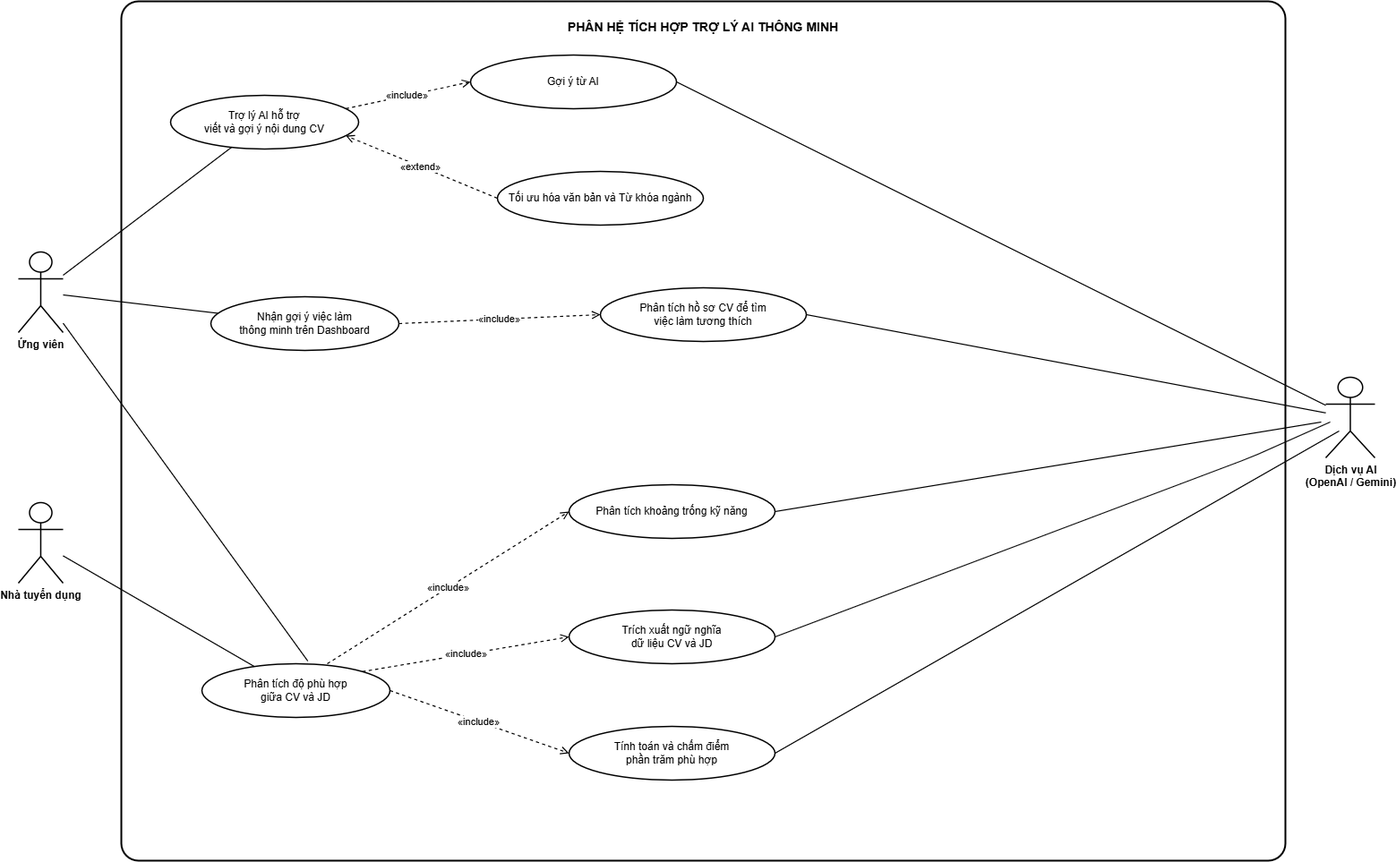
Earlier version of the draw.io export diagrams/usecase_ai_assistant.png (SE-Project-CTU/smart-recruitment-docs). Source tidied: cells renumbered, new cells last; positions are measured from the earlier drawing's top-left corner, leaving out a move shared by most shapes.
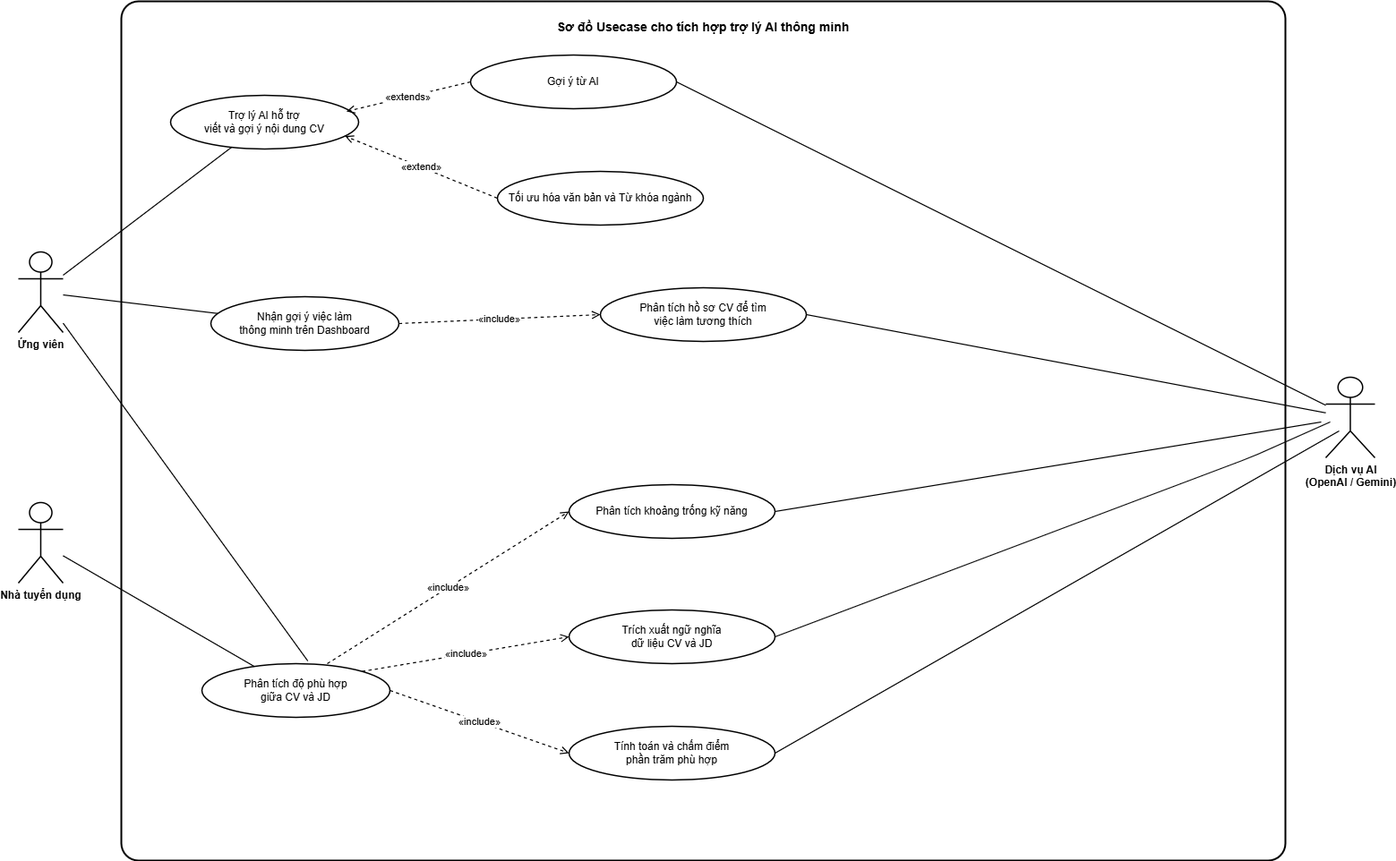
The same file after the commit.

The edit, as a diff of the source:
```diff
@@ -2,7 +2,7 @@
   <root>
     <mxCell id="0" />
     <mxCell id="1" parent="0" />
-    <mxCell id="2" value="PHÂN HỆ TÍCH HỢP TRỢ LÝ AI THÔNG MINH" style="rounded=1;arcSize=2;whiteSpace=wrap;html=1;strokeWidth=2;strokeColor=#000000;fillColor=#FFFFFF;fontColor=#000000;fontStyle=1;fontSize=14;verticalAlign=top;spacingTop=14;glass=0;" parent="1" vertex="1">
+    <mxCell id="2" value="&lt;div&gt;&lt;span style=&quot;background-color: transparent;&quot;&gt;Sơ đồ Usecase cho tích hợp trợ lý AI thông minh&lt;/span&gt;&lt;/div&gt;" style="rounded=1;arcSize=2;whiteSpace=wrap;html=1;strokeWidth=2;strokeColor=#000000;fillColor=#FFFFFF;fontColor=#000000;fontStyle=1;fontSize=14;verticalAlign=top;spacingTop=14;glass=0;" parent="1" vertex="1">
       <mxGeometry x="115" width="1300" height="960" as="geometry" />
     </mxCell>
     <mxCell id="3" value="Ứng viên" style="shape=umlActor;verticalLabelPosition=bottom;verticalAlign=top;html=1;outlineConnect=0;strokeWidth=1.5;strokeColor=#000000;fillColor=#FFFFFF;fontColor=#000000;fontSize=12;fontStyle=1;align=center;" parent="1" vertex="1">
@@ -69,8 +69,8 @@
     <mxCell id="21" style="endArrow=none;html=1;strokeWidth=1.2;strokeColor=#000000;entryX=1;entryY=0.5;entryDx=0;entryDy=0;" parent="1" edge="1" source="5" target="13">
       <mxGeometry relative="1" as="geometry" />
     </mxCell>
-    <mxCell id="22" value="«include»" style="dashed=1;endArrow=open;endFill=0;endSize=7;html=1;strokeWidth=1.2;strokeColor=#000000;fontColor=#000000;fontSize=11;labelBackgroundColor=#FFFFFF;exitX=1;exitY=0.2;exitDx=0;exitDy=0;entryX=0;entryY=0.5;entryDx=0;entryDy=0;" parent="1" edge="1" source="6" target="9">
-      <mxGeometry relative="1" as="geometry" />
+    <mxCell id="22" value="&lt;span style=&quot;color: rgb(0, 0, 0);&quot;&gt;«extends»&lt;/span&gt;" style="dashed=1;endArrow=open;endFill=0;endSize=7;html=1;strokeWidth=1.2;strokeColor=#000000;fontColor=#000000;fontSize=11;labelBackgroundColor=#FFFFFF;exitX=0;exitY=0.5;exitDx=0;exitDy=0;entryX=0.935;entryY=0.3;entryDx=0;entryDy=0;entryPerimeter=0;" parent="1" edge="1" source="9" target="6">
+      <mxGeometry x="0.01" relative="1" as="geometry" />
     </mxCell>
     <mxCell id="23" value="«extend»" style="dashed=1;endArrow=open;endFill=0;endSize=7;html=1;strokeWidth=1.2;strokeColor=#000000;fontColor=#000000;fontSize=11;labelBackgroundColor=#FFFFFF;exitX=0;exitY=0.5;exitDx=0;exitDy=0;entryX=1;entryY=0.8;entryDx=0;entryDy=0;" parent="1" edge="1" source="10" target="6">
       <mxGeometry relative="1" as="geometry" />
```
